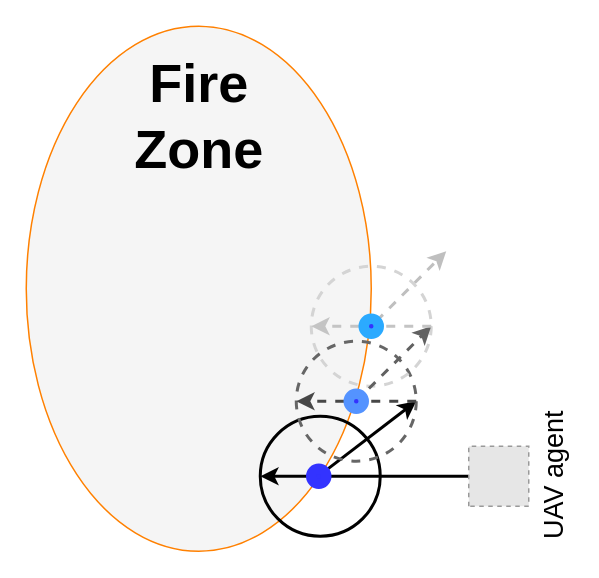
Earlier version of the draw.io diagram survey_continue2.drawio (mrinmoysarkar/draw_io_projects). Source tidied: cells renumbered, new cells numbered last; positions are measured from the earlier drawing's top-left corner, leaving out a move shared by most shapes. Both pictures are drawn from the tidied source at 150%, with x=0, y=0 at pixel (26, 26). Pictures stored in the file or linked from it are replaced by grey dashed boxes.
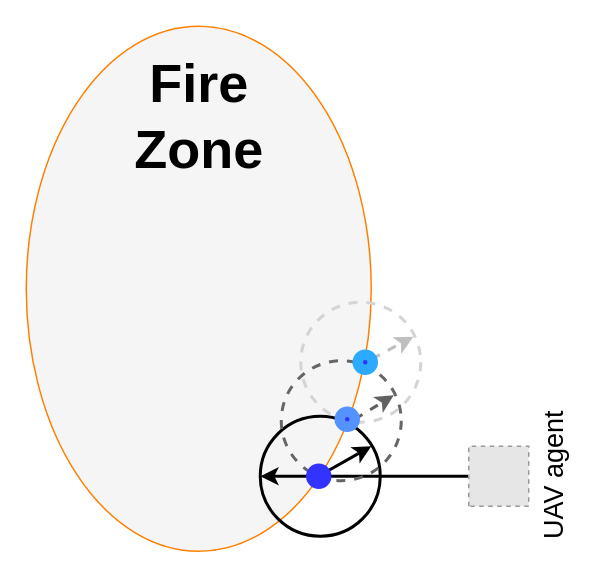
After the change.

Commit message (it also covers changes not shown here):
survey continue is changed

Unchanged cells that the change refers to:
```xml
<mxCell id="2" style="ellipse;whiteSpace=wrap;html=1;strokeColor=#FF8000;fillColor=#f5f5f5;fontColor=#333333;" parent="1" vertex="1">
  <mxGeometry width="230" height="350" as="geometry" />
</mxCell>
```

The edit, as a diff of the source:
```diff
@@
-    <mxCell id="6" style="endArrow=classic;html=1;strokeWidth=2;exitX=1;exitY=1;exitDx=0;exitDy=0;" parent="1" edge="1" source="2">
+    <mxCell id="6" style="endArrow=classic;html=1;strokeWidth=2;exitX=1;exitY=1;exitDx=0;exitDy=0;" parent="1" edge="1">
       <mxGeometry relative="1" as="geometry">
-        <mxPoint x="260" y="250" as="targetPoint" />
+        <mxPoint x="195.3" y="299.7" as="sourcePoint" />
+        <mxPoint x="230" y="280" as="targetPoint" />
       </mxGeometry>
     </mxCell>
     <mxCell id="7" style="ellipse;whiteSpace=wrap;html=1;strokeWidth=2;fillColor=none;dashed=1;strokeColor=#666666;" parent="1" vertex="1">
-      <mxGeometry x="180" y="210" width="80" height="80" as="geometry" />
+      <mxGeometry x="170" y="223" width="80" height="80" as="geometry" />
     </mxCell>
-    <mxCell id="8" style="endArrow=classic;html=1;strokeWidth=2;exitX=1;exitY=0.5;exitDx=0;exitDy=0;entryX=0;entryY=0.5;entryDx=0;entryDy=0;dashed=1;strokeColor=#474747;" parent="1" edge="1" source="7" target="7">
-      <mxGeometry relative="1" as="geometry" />
-    </mxCell>
     <mxCell id="9" style="ellipse;whiteSpace=wrap;html=1;strokeWidth=2;fillColor=none;dashed=1;strokeColor=#D4D4D4;" parent="1" vertex="1">
-      <mxGeometry x="190" y="160" width="80" height="80" as="geometry" />
+      <mxGeometry x="183" y="184" width="80" height="80" as="geometry" />
     </mxCell>
-    <mxCell id="10" style="endArrow=classic;html=1;dashed=1;strokeWidth=2;entryX=1;entryY=0.5;entryDx=0;entryDy=0;strokeColor=#616161;" parent="1" edge="1" target="9">
-      <mxGeometry relative="1" as="geometry">
-        <mxPoint x="220" y="250" as="sourcePoint" />
-      </mxGeometry>
+    <mxCell id="10" style="endArrow=classic;html=1;dashed=1;strokeWidth=2;strokeColor=#616161;exitX=1;exitY=0.5;exitDx=0;exitDy=0;entryX=0.938;entryY=0.288;entryDx=0;entryDy=0;entryPerimeter=0;" parent="1" edge="1" source="17" target="7">
+      <mxGeometry relative="1" as="geometry" />
     </mxCell>
-    <mxCell id="11" style="endArrow=classic;html=1;dashed=1;strokeWidth=2;entryX=0;entryY=0.5;entryDx=0;entryDy=0;exitX=1;exitY=0.5;exitDx=0;exitDy=0;strokeColor=#C4C4C4;" parent="1" edge="1" source="9" target="9">
-      <mxGeometry relative="1" as="geometry" />
-    </mxCell>
@@
-    <mxCell id="13" style="endArrow=classic;html=1;dashed=1;strokeWidth=2;strokeColor=#BFBFBF;" parent="1" edge="1" source="14">
-      <mxGeometry relative="1" as="geometry">
-        <mxPoint x="280" y="150" as="targetPoint" />
-      </mxGeometry>
+    <mxCell id="13" style="endArrow=classic;html=1;dashed=1;strokeWidth=2;strokeColor=#BFBFBF;entryX=0.938;entryY=0.288;entryDx=0;entryDy=0;entryPerimeter=0;" parent="1" edge="1" source="14" target="9">
+      <mxGeometry relative="1" as="geometry" />
     </mxCell>
     <mxCell id="14" style="ellipse;whiteSpace=wrap;html=1;strokeColor=#2BAAFF;fillColor=#3333FF;strokeWidth=7;" parent="1" vertex="1">
-      <mxGeometry x="225" y="195" width="10" height="10" as="geometry" />
+      <mxGeometry x="221" y="219" width="10" height="10" as="geometry" />
     </mxCell>
-    <mxCell id="15" style="endArrow=classic;html=1;dashed=1;strokeWidth=2;" parent="1" edge="1" target="14">
-      <mxGeometry relative="1" as="geometry">
-        <mxPoint x="230" y="200" as="sourcePoint" />
-      </mxGeometry>
-    </mxCell>
@@
     <mxCell id="17" style="ellipse;whiteSpace=wrap;html=1;strokeColor=#5493FF;fillColor=#3333FF;strokeWidth=7;" parent="1" vertex="1">
-      <mxGeometry x="215" y="245" width="10" height="10" as="geometry" />
+      <mxGeometry x="209" y="257" width="10" height="10" as="geometry" />
     </mxCell>
```
